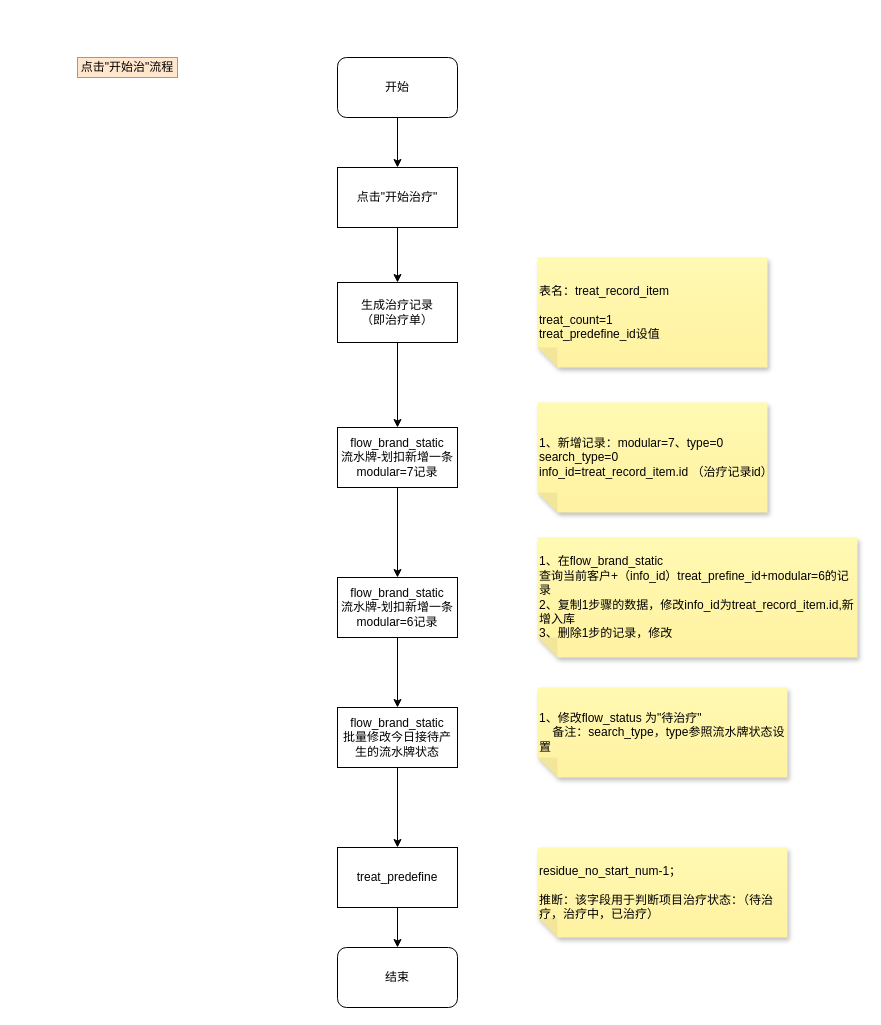
This is ys_取消治疗.drawio from LuckyHuXing/mcp-server-demo, a draw.io file, before an edit. Source tidied: cells renumbered, new cells numbered last; positions are measured from the earlier drawing's top-left corner, leaving out a move shared by most shapes. Both pictures are drawn from the tidied source at 100%, with x=0, y=0 at pixel (77, 57).
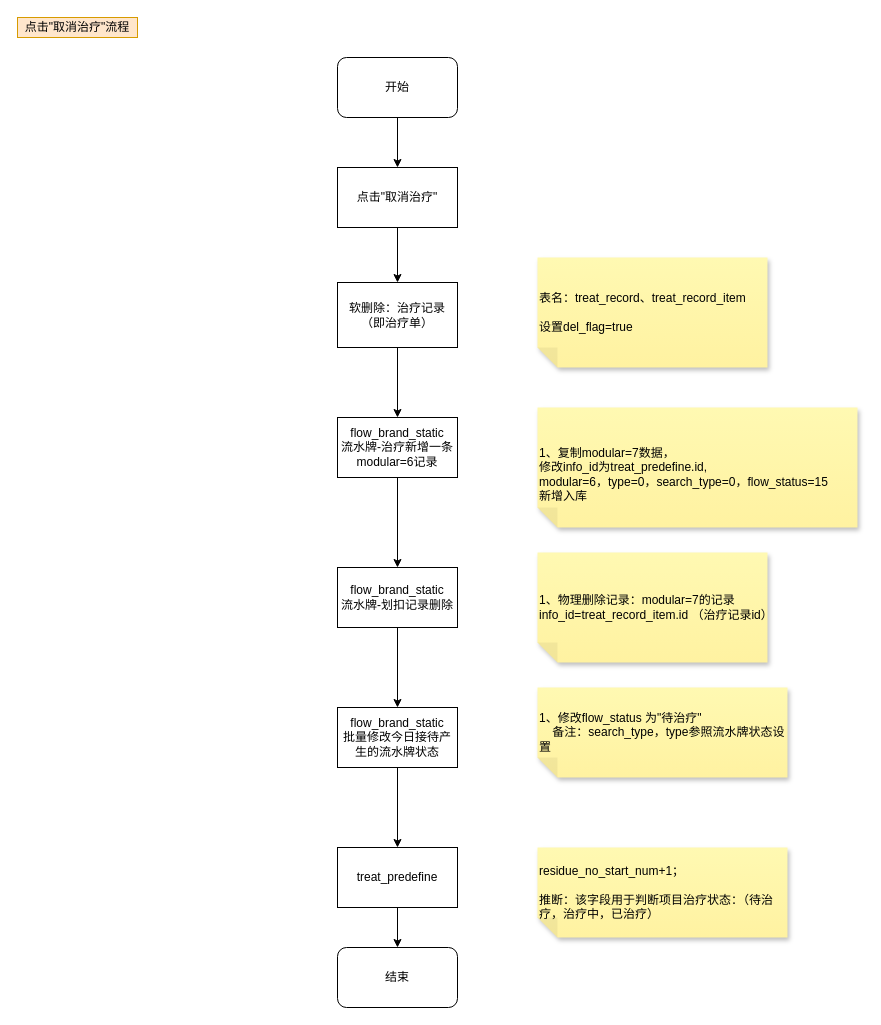
The same diagram, later.

Commit message (it also covers changes not shown here):
更新ys_取消治疗.drawio

The change refers to these unchanged cells:
```xml
<mxCell id="16" value="&lt;div&gt;flow_brand_static&lt;/div&gt;批量修改今日接待产生的流水牌状态" style="rounded=0;whiteSpace=wrap;html=1;" parent="1" vertex="1">
  <mxGeometry x="260" y="650" width="120" height="60" as="geometry" />
</mxCell>
```

Diff of the diagram source:
```diff
@@
-    <mxCell id="5" value="点击&quot;开始治疗&quot;" style="rounded=0;whiteSpace=wrap;html=1;" parent="1" vertex="1">
+    <mxCell id="5" value="点击&quot;取消治疗&quot;" style="rounded=0;whiteSpace=wrap;html=1;" parent="1" vertex="1">
       <mxGeometry x="260" y="110" width="120" height="60" as="geometry" />
     </mxCell>
-    <mxCell id="6" style="edgeStyle=orthogonalEdgeStyle;rounded=0;jettySize=auto;html=1;entryX=0.5;entryY=0;entryDx=0;entryDy=0;" parent="1" edge="1" source="7" target="13">
-      <mxGeometry relative="1" as="geometry" />
-    </mxCell>
+    <mxCell id="23" style="edgeStyle=orthogonalEdgeStyle;rounded=0;jettySize=auto;html=1;" parent="1" edge="1" source="7" target="16">
+      <mxGeometry relative="1" as="geometry" />
+    </mxCell>
-    <mxCell id="7" value="flow_brand_static&lt;div&gt;流水牌-划扣新增一条&lt;span style=&quot;text-align: left; background-color: transparent; color: light-dark(rgb(0, 0, 0), rgb(255, 255, 255));&quot;&gt;modular=7&lt;/span&gt;&lt;span style=&quot;background-color: transparent; color: light-dark(rgb(0, 0, 0), rgb(255, 255, 255));&quot;&gt;记录&lt;/span&gt;&lt;/div&gt;" style="rounded=0;whiteSpace=wrap;html=1;" parent="1" vertex="1">
-      <mxGeometry x="260" y="370" width="120" height="60" as="geometry" />
+    <mxCell id="7" value="flow_brand_static&lt;div&gt;流水牌-划扣记录删除&lt;/div&gt;" style="rounded=0;whiteSpace=wrap;html=1;" parent="1" vertex="1">
+      <mxGeometry x="260" y="510" width="120" height="60" as="geometry" />
     </mxCell>
-    <mxCell id="8" value="&lt;div style=&quot;&quot;&gt;1、新增记录：modular=7、&lt;span style=&quot;background-color: transparent; color: light-dark(rgb(0, 0, 0), rgb(237, 237, 237));&quot;&gt;type=0 search_type=0&lt;/span&gt;&lt;/div&gt;&lt;div style=&quot;&quot;&gt;&lt;span style=&quot;background-color: transparent; color: light-dark(rgb(0, 0, 0), rgb(237, 237, 237));&quot;&gt;info_id=&lt;/span&gt;&lt;span style=&quot;background-color: transparent;&quot;&gt;treat_record_item.id （治疗记录id）&lt;/span&gt;&lt;/div&gt;" style="shape=note;whiteSpace=wrap;html=1;backgroundOutline=1;fontColor=#000000;darkOpacity=0.05;fillColor=#FFF9B2;strokeColor=none;fillStyle=solid;direction=west;gradientDirection=north;gradientColor=#FFF2A1;shadow=1;size=20;align=left;" parent="1" vertex="1">
-      <mxGeometry x="460" y="345" width="230" height="110" as="geometry" />
+    <mxCell id="8" value="&lt;div style=&quot;&quot;&gt;1、物理删除记录：modular=7的记录&lt;/div&gt;&lt;div style=&quot;&quot;&gt;&lt;span style=&quot;background-color: transparent; color: light-dark(rgb(0, 0, 0), rgb(237, 237, 237));&quot;&gt;info_id=&lt;/span&gt;&lt;span style=&quot;background-color: transparent;&quot;&gt;treat_record_item.id （治疗记录id）&lt;/span&gt;&lt;/div&gt;" style="shape=note;whiteSpace=wrap;html=1;backgroundOutline=1;fontColor=#000000;darkOpacity=0.05;fillColor=#FFF9B2;strokeColor=none;fillStyle=solid;direction=west;gradientDirection=north;gradientColor=#FFF2A1;shadow=1;size=20;align=left;" parent="1" vertex="1">
+      <mxGeometry x="460" y="495" width="230" height="110" as="geometry" />
     </mxCell>
-    <mxCell id="9" style="edgeStyle=orthogonalEdgeStyle;rounded=0;jettySize=auto;html=1;" parent="1" edge="1" source="10" target="7">
-      <mxGeometry relative="1" as="geometry" />
-    </mxCell>
+    <mxCell id="24" style="edgeStyle=orthogonalEdgeStyle;rounded=0;jettySize=auto;html=1;entryX=0.5;entryY=0;entryDx=0;entryDy=0;" parent="1" edge="1" source="10" target="13">
+      <mxGeometry relative="1" as="geometry" />
+    </mxCell>
-    <mxCell id="10" value="生成治疗记录&lt;div&gt;（即治疗单）&lt;/div&gt;" style="rounded=0;whiteSpace=wrap;html=1;" parent="1" vertex="1">
-      <mxGeometry x="260" y="225" width="120" height="60" as="geometry" />
+    <mxCell id="10" value="软删除：治疗记录&lt;div&gt;（即治疗单）&lt;/div&gt;" style="rounded=0;whiteSpace=wrap;html=1;" parent="1" vertex="1">
+      <mxGeometry x="260" y="225" width="120" height="65" as="geometry" />
     </mxCell>
-    <mxCell id="11" value="&lt;div style=&quot;&quot;&gt;表名：treat_record_item&lt;/div&gt;&lt;div style=&quot;&quot;&gt;&lt;br&gt;&lt;/div&gt;&lt;div style=&quot;&quot;&gt;treat_count=1&lt;/div&gt;&lt;div style=&quot;&quot;&gt;treat_predefine_id设值&lt;/div&gt;" style="shape=note;whiteSpace=wrap;html=1;backgroundOutline=1;fontColor=#000000;darkOpacity=0.05;fillColor=#FFF9B2;strokeColor=none;fillStyle=solid;direction=west;gradientDirection=north;gradientColor=#FFF2A1;shadow=1;size=20;align=left;" parent="1" vertex="1">
+    <mxCell id="11" value="&lt;div style=&quot;&quot;&gt;表名：&lt;span style=&quot;background-color: transparent; color: light-dark(rgb(0, 0, 0), rgb(237, 237, 237));&quot;&gt;treat_record&lt;/span&gt;&lt;span style=&quot;background-color: transparent; color: light-dark(rgb(0, 0, 0), rgb(237, 237, 237));&quot;&gt;、treat_record_item&lt;/span&gt;&lt;/div&gt;&lt;div style=&quot;&quot;&gt;&lt;br&gt;&lt;/div&gt;&lt;div style=&quot;&quot;&gt;设置del_flag=true&lt;/div&gt;" style="shape=note;whiteSpace=wrap;html=1;backgroundOutline=1;fontColor=#000000;darkOpacity=0.05;fillColor=#FFF9B2;strokeColor=none;fillStyle=solid;direction=west;gradientDirection=north;gradientColor=#FFF2A1;shadow=1;size=20;align=left;" parent="1" vertex="1">
       <mxGeometry x="460" y="200" width="230" height="110" as="geometry" />
     </mxCell>
-    <mxCell id="12" style="edgeStyle=orthogonalEdgeStyle;rounded=0;jettySize=auto;html=1;entryX=0.5;entryY=0;entryDx=0;entryDy=0;" parent="1" edge="1" source="13" target="16">
-      <mxGeometry relative="1" as="geometry" />
-    </mxCell>
+    <mxCell id="25" style="edgeStyle=orthogonalEdgeStyle;rounded=0;jettySize=auto;html=1;" parent="1" edge="1" source="13" target="7">
+      <mxGeometry relative="1" as="geometry" />
+    </mxCell>
-    <mxCell id="13" value="flow_brand_static&lt;div&gt;流水牌-划扣新增一条&lt;span style=&quot;text-align: left; background-color: transparent; color: light-dark(rgb(0, 0, 0), rgb(255, 255, 255));&quot;&gt;modular=6&lt;/span&gt;&lt;span style=&quot;background-color: transparent; color: light-dark(rgb(0, 0, 0), rgb(255, 255, 255));&quot;&gt;记录&lt;/span&gt;&lt;/div&gt;" style="rounded=0;whiteSpace=wrap;html=1;" parent="1" vertex="1">
-      <mxGeometry x="260" y="520" width="120" height="60" as="geometry" />
+    <mxCell id="13" value="flow_brand_static&lt;div&gt;流水牌-治疗新增一条&lt;span style=&quot;text-align: left; background-color: transparent; color: light-dark(rgb(0, 0, 0), rgb(255, 255, 255));&quot;&gt;modular=6&lt;/span&gt;&lt;span style=&quot;background-color: transparent; color: light-dark(rgb(0, 0, 0), rgb(255, 255, 255));&quot;&gt;记录&lt;/span&gt;&lt;/div&gt;" style="rounded=0;whiteSpace=wrap;html=1;" parent="1" vertex="1">
+      <mxGeometry x="260" y="360" width="120" height="60" as="geometry" />
     </mxCell>
-    <mxCell id="14" value="&lt;div style=&quot;&quot;&gt;1、在&lt;span style=&quot;text-align: center; background-color: transparent; color: light-dark(rgb(0, 0, 0), rgb(237, 237, 237));&quot;&gt;flow_brand_static&lt;/span&gt;&lt;/div&gt;&lt;div style=&quot;&quot;&gt;查询当前客户+（info_id）treat_prefine_id+modular=6的记录&lt;/div&gt;&lt;div style=&quot;&quot;&gt;2、复制1步骤的数据，修改info_id为&lt;span style=&quot;background-color: transparent; color: light-dark(rgb(0, 0, 0), rgb(237, 237, 237));&quot;&gt;treat_record_item.id,新增入库&lt;/span&gt;&lt;/div&gt;&lt;div style=&quot;&quot;&gt;&lt;span style=&quot;background-color: transparent; color: light-dark(rgb(0, 0, 0), rgb(237, 237, 237));&quot;&gt;3、删除1步的记录，修改&lt;/span&gt;&lt;/div&gt;" style="shape=note;whiteSpace=wrap;html=1;backgroundOutline=1;fontColor=#000000;darkOpacity=0.05;fillColor=#FFF9B2;strokeColor=none;fillStyle=solid;direction=west;gradientDirection=north;gradientColor=#FFF2A1;shadow=1;size=20;align=left;" parent="1" vertex="1">
-      <mxGeometry x="460" y="480" width="320" height="120" as="geometry" />
+    <mxCell id="14" value="&lt;div style=&quot;&quot;&gt;&lt;br&gt;&lt;/div&gt;&lt;div style=&quot;&quot;&gt;1、复制modular=7数据，&lt;/div&gt;&lt;div style=&quot;&quot;&gt;修改info_id为treat_predefine&lt;span style=&quot;background-color: transparent; color: light-dark(rgb(0, 0, 0), rgb(237, 237, 237));&quot;&gt;.id,&lt;/span&gt;&lt;/div&gt;&lt;div style=&quot;&quot;&gt;&lt;span style=&quot;background-color: transparent; color: light-dark(rgb(0, 0, 0), rgb(237, 237, 237));&quot;&gt;modular=6，type=0，search_type=0，&lt;/span&gt;&lt;span style=&quot;background-color: transparent;&quot;&gt;flow_status=15&lt;/span&gt;&lt;/div&gt;&lt;div style=&quot;&quot;&gt;&lt;span style=&quot;background-color: transparent; color: light-dark(rgb(0, 0, 0), rgb(237, 237, 237));&quot;&gt;新增入库&lt;/span&gt;&lt;/div&gt;" style="shape=note;whiteSpace=wrap;html=1;backgroundOutline=1;fontColor=#000000;darkOpacity=0.05;fillColor=#FFF9B2;strokeColor=none;fillStyle=solid;direction=west;gradientDirection=north;gradientColor=#FFF2A1;shadow=1;size=20;align=left;" parent="1" vertex="1">
+      <mxGeometry x="460" y="350" width="320" height="120" as="geometry" />
     </mxCell>
@@
-    <mxCell id="20" value="&lt;div style=&quot;&quot;&gt;residue_no_start_num-1；&lt;/div&gt;&lt;div style=&quot;&quot;&gt;&lt;br&gt;&lt;/div&gt;&lt;div style=&quot;&quot;&gt;推断：该字段用于判断项目治疗状态：（待治疗，治疗中，已治疗）&lt;/div&gt;" style="shape=note;whiteSpace=wrap;html=1;backgroundOutline=1;fontColor=#000000;darkOpacity=0.05;fillColor=#FFF9B2;strokeColor=none;fillStyle=solid;direction=west;gradientDirection=north;gradientColor=#FFF2A1;shadow=1;size=20;align=left;" parent="1" vertex="1">
+    <mxCell id="20" value="&lt;div style=&quot;&quot;&gt;residue_no_start_num+1；&lt;/div&gt;&lt;div style=&quot;&quot;&gt;&lt;br&gt;&lt;/div&gt;&lt;div style=&quot;&quot;&gt;推断：该字段用于判断项目治疗状态：（待治疗，治疗中，已治疗）&lt;/div&gt;" style="shape=note;whiteSpace=wrap;html=1;backgroundOutline=1;fontColor=#000000;darkOpacity=0.05;fillColor=#FFF9B2;strokeColor=none;fillStyle=solid;direction=west;gradientDirection=north;gradientColor=#FFF2A1;shadow=1;size=20;align=left;" parent="1" vertex="1">
       <mxGeometry x="460" y="790" width="250" height="90" as="geometry" />
     </mxCell>
@@
-    <mxCell id="22" value="点击&quot;开始治&quot;流程" style="text;html=1;whiteSpace=wrap;strokeColor=#d79b00;fillColor=#ffe6cc;align=center;verticalAlign=middle;rounded=0;" parent="1" vertex="1">
-      <mxGeometry width="100" height="20" as="geometry" />
+    <mxCell id="22" value="点击&quot;取消治疗&quot;流程" style="text;html=1;whiteSpace=wrap;strokeColor=#d79b00;fillColor=#ffe6cc;align=center;verticalAlign=middle;rounded=0;" parent="1" vertex="1">
+      <mxGeometry x="-60" y="-40" width="120" height="20" as="geometry" />
     </mxCell>
```
